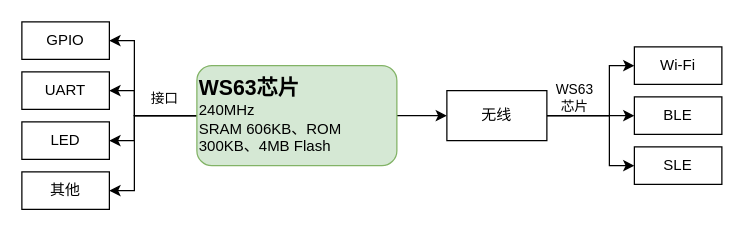
Above: WS63-01S.drawio in GaoXiaoLon/DrawIO (draw.io), before the change. Source tidied: cells renumbered, new cells numbered last; positions are measured from the earlier drawing's top-left corner, leaving out a move shared by most shapes. Both pictures are drawn from the tidied source at 125%, with x=0, y=0 at pixel (21, 21).
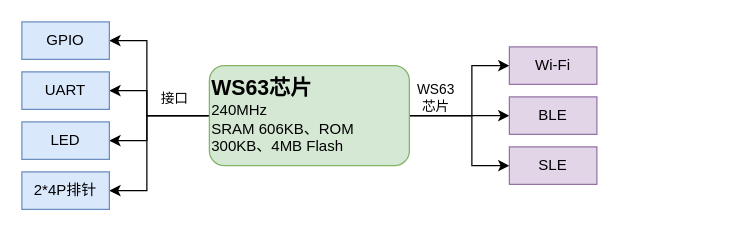
The same page after the edit.

What changed in the source:
```diff
@@
-    <mxCell id="2" style="edgeStyle=orthogonalEdgeStyle;rounded=0;jettySize=auto;html=1;exitX=1;exitY=0.5;exitDx=0;exitDy=0;entryX=0;entryY=0.5;entryDx=0;entryDy=0;" parent="1" edge="1" source="8" target="13">
-      <mxGeometry relative="1" as="geometry" />
-    </mxCell>
     <mxCell id="3" style="edgeStyle=orthogonalEdgeStyle;rounded=0;jettySize=auto;html=1;exitX=0;exitY=0.5;exitDx=0;exitDy=0;entryX=1;entryY=0.5;entryDx=0;entryDy=0;" parent="1" edge="1" source="8" target="14">
       <mxGeometry relative="1" as="geometry">
         <Array as="points">
-          <mxPoint x="90" y="75" />
-          <mxPoint x="90" y="15" />
+          <mxPoint x="100" y="75" />
+          <mxPoint x="100" y="15" />
         </Array>
       </mxGeometry>
     </mxCell>
     <mxCell id="4" style="edgeStyle=orthogonalEdgeStyle;rounded=0;jettySize=auto;html=1;exitX=0;exitY=0.5;exitDx=0;exitDy=0;entryX=1;entryY=0.5;entryDx=0;entryDy=0;" parent="1" edge="1" source="8" target="15">
       <mxGeometry relative="1" as="geometry">
         <Array as="points">
-          <mxPoint x="90" y="75" />
-          <mxPoint x="90" y="55" />
+          <mxPoint x="100" y="75" />
+          <mxPoint x="100" y="55" />
         </Array>
       </mxGeometry>
     </mxCell>
     <mxCell id="5" style="edgeStyle=orthogonalEdgeStyle;rounded=0;jettySize=auto;html=1;exitX=0;exitY=0.5;exitDx=0;exitDy=0;entryX=1;entryY=0.5;entryDx=0;entryDy=0;" parent="1" edge="1" source="8" target="16">
       <mxGeometry relative="1" as="geometry">
         <Array as="points">
-          <mxPoint x="90" y="75" />
-          <mxPoint x="90" y="95" />
+          <mxPoint x="100" y="75" />
+          <mxPoint x="100" y="95" />
         </Array>
       </mxGeometry>
     </mxCell>
     <mxCell id="6" style="edgeStyle=orthogonalEdgeStyle;rounded=0;jettySize=auto;html=1;exitX=0;exitY=0.5;exitDx=0;exitDy=0;entryX=1;entryY=0.5;entryDx=0;entryDy=0;" parent="1" edge="1" source="8" target="17">
       <mxGeometry relative="1" as="geometry">
         <Array as="points">
-          <mxPoint x="90" y="75" />
-          <mxPoint x="90" y="135" />
+          <mxPoint x="100" y="75" />
+          <mxPoint x="100" y="135" />
         </Array>
       </mxGeometry>
     </mxCell>
@@
+    <mxCell id="21" style="edgeStyle=orthogonalEdgeStyle;rounded=0;jettySize=auto;html=1;exitX=1;exitY=0.5;exitDx=0;exitDy=0;entryX=0;entryY=0.5;entryDx=0;entryDy=0;" parent="1" edge="1" source="8" target="18">
+      <mxGeometry relative="1" as="geometry">
+        <Array as="points">
+          <mxPoint x="360" y="75" />
+          <mxPoint x="360" y="35" />
+        </Array>
+      </mxGeometry>
+    </mxCell>
+    <mxCell id="22" style="edgeStyle=orthogonalEdgeStyle;rounded=0;jettySize=auto;html=1;exitX=1;exitY=0.5;exitDx=0;exitDy=0;entryX=0;entryY=0.5;entryDx=0;entryDy=0;" parent="1" edge="1" source="8" target="19">
+      <mxGeometry relative="1" as="geometry" />
+    </mxCell>
+    <mxCell id="23" style="edgeStyle=orthogonalEdgeStyle;rounded=0;jettySize=auto;html=1;exitX=1;exitY=0.5;exitDx=0;exitDy=0;entryX=0;entryY=0.5;entryDx=0;entryDy=0;" parent="1" edge="1" source="8" target="20">
+      <mxGeometry relative="1" as="geometry">
+        <Array as="points">
+          <mxPoint x="360" y="75" />
+          <mxPoint x="360" y="115" />
+        </Array>
+      </mxGeometry>
+    </mxCell>
+    <mxCell id="12" value="WS63&lt;div&gt;芯片&lt;/div&gt;" style="edgeLabel;html=1;align=center;verticalAlign=middle;" parent="23" vertex="1">
+      <mxGeometry x="-0.71" y="2" relative="1" as="geometry">
+        <mxPoint x="3" y="-13" as="offset" />
+      </mxGeometry>
+    </mxCell>
     <mxCell id="8" value="&lt;b&gt;&lt;font style=&quot;font-size: 17px;&quot;&gt;WS63芯片&lt;/font&gt;&lt;/b&gt;&lt;div&gt;240MHz&lt;/div&gt;&lt;div&gt;SRAM 606KB、ROM 300KB、4MB Flash&amp;nbsp;&lt;/div&gt;" style="rounded=1;whiteSpace=wrap;html=1;fillColor=#d5e8d4;strokeColor=#82b366;align=left;" parent="1" vertex="1">
-      <mxGeometry x="140" y="35" width="160" height="80" as="geometry" />
+      <mxGeometry x="150" y="35" width="160" height="80" as="geometry" />
     </mxCell>
-    <mxCell id="9" style="edgeStyle=orthogonalEdgeStyle;rounded=0;jettySize=auto;html=1;exitX=1;exitY=0.5;exitDx=0;exitDy=0;entryX=0;entryY=0.5;entryDx=0;entryDy=0;" parent="1" edge="1" source="13" target="19">
-      <mxGeometry relative="1" as="geometry" />
-    </mxCell>
-    <mxCell id="10" style="edgeStyle=orthogonalEdgeStyle;rounded=0;jettySize=auto;html=1;exitX=1;exitY=0.5;exitDx=0;exitDy=0;entryX=0;entryY=0.5;entryDx=0;entryDy=0;" parent="1" edge="1" source="13" target="18">
-      <mxGeometry relative="1" as="geometry">
-        <Array as="points">
-          <mxPoint x="470" y="75" />
-          <mxPoint x="470" y="35" />
-        </Array>
-      </mxGeometry>
-    </mxCell>
-    <mxCell id="11" style="edgeStyle=orthogonalEdgeStyle;rounded=0;jettySize=auto;html=1;exitX=1;exitY=0.5;exitDx=0;exitDy=0;entryX=0;entryY=0.5;entryDx=0;entryDy=0;" parent="1" edge="1" source="13" target="20">
-      <mxGeometry relative="1" as="geometry">
-        <Array as="points">
-          <mxPoint x="470" y="75" />
-          <mxPoint x="470" y="115" />
-        </Array>
-      </mxGeometry>
-    </mxCell>
-    <mxCell id="12" value="WS63&lt;div&gt;芯片&lt;/div&gt;" style="edgeLabel;html=1;align=center;verticalAlign=middle;" parent="11" vertex="1">
-      <mxGeometry x="-0.66" y="2" relative="1" as="geometry">
-        <mxPoint x="2" y="-13" as="offset" />
-      </mxGeometry>
-    </mxCell>
-    <mxCell id="13" value="无线" style="rounded=0;whiteSpace=wrap;html=1;" parent="1" vertex="1">
-      <mxGeometry x="340" y="55" width="80" height="40" as="geometry" />
-    </mxCell>
-    <mxCell id="14" value="GPIO" style="rounded=0;whiteSpace=wrap;html=1;" parent="1" vertex="1">
+    <mxCell id="14" value="GPIO" style="rounded=0;whiteSpace=wrap;html=1;fillColor=#dae8fc;strokeColor=#6c8ebf;" parent="1" vertex="1">
       <mxGeometry width="70" height="30" as="geometry" />
     </mxCell>
-    <mxCell id="15" value="UART" style="rounded=0;whiteSpace=wrap;html=1;" parent="1" vertex="1">
+    <mxCell id="15" value="UART" style="rounded=0;whiteSpace=wrap;html=1;fillColor=#dae8fc;strokeColor=#6c8ebf;" parent="1" vertex="1">
       <mxGeometry y="40" width="70" height="30" as="geometry" />
     </mxCell>
-    <mxCell id="16" value="LED" style="rounded=0;whiteSpace=wrap;html=1;" parent="1" vertex="1">
+    <mxCell id="16" value="LED" style="rounded=0;whiteSpace=wrap;html=1;fillColor=#dae8fc;strokeColor=#6c8ebf;" parent="1" vertex="1">
       <mxGeometry y="80" width="70" height="30" as="geometry" />
     </mxCell>
-    <mxCell id="17" value="其他" style="rounded=0;whiteSpace=wrap;html=1;" parent="1" vertex="1">
+    <mxCell id="17" value="2*4P排针" style="rounded=0;whiteSpace=wrap;html=1;fillColor=#dae8fc;strokeColor=#6c8ebf;" parent="1" vertex="1">
       <mxGeometry y="120" width="70" height="30" as="geometry" />
     </mxCell>
-    <mxCell id="18" value="Wi-Fi" style="rounded=0;whiteSpace=wrap;html=1;" parent="1" vertex="1">
-      <mxGeometry x="490" y="20" width="70" height="30" as="geometry" />
+    <mxCell id="18" value="Wi-Fi" style="rounded=0;whiteSpace=wrap;html=1;fillColor=#e1d5e7;strokeColor=#9673a6;" parent="1" vertex="1">
+      <mxGeometry x="390" y="20" width="70" height="30" as="geometry" />
     </mxCell>
-    <mxCell id="19" value="BLE" style="rounded=0;whiteSpace=wrap;html=1;" parent="1" vertex="1">
-      <mxGeometry x="490" y="60" width="70" height="30" as="geometry" />
+    <mxCell id="19" value="BLE" style="rounded=0;whiteSpace=wrap;html=1;fillColor=#e1d5e7;strokeColor=#9673a6;" parent="1" vertex="1">
+      <mxGeometry x="390" y="60" width="70" height="30" as="geometry" />
     </mxCell>
-    <mxCell id="20" value="SLE" style="rounded=0;whiteSpace=wrap;html=1;" parent="1" vertex="1">
-      <mxGeometry x="490" y="100" width="70" height="30" as="geometry" />
+    <mxCell id="20" value="SLE" style="rounded=0;whiteSpace=wrap;html=1;fillColor=#e1d5e7;strokeColor=#9673a6;" parent="1" vertex="1">
+      <mxGeometry x="390" y="100" width="70" height="30" as="geometry" />
     </mxCell>
```
